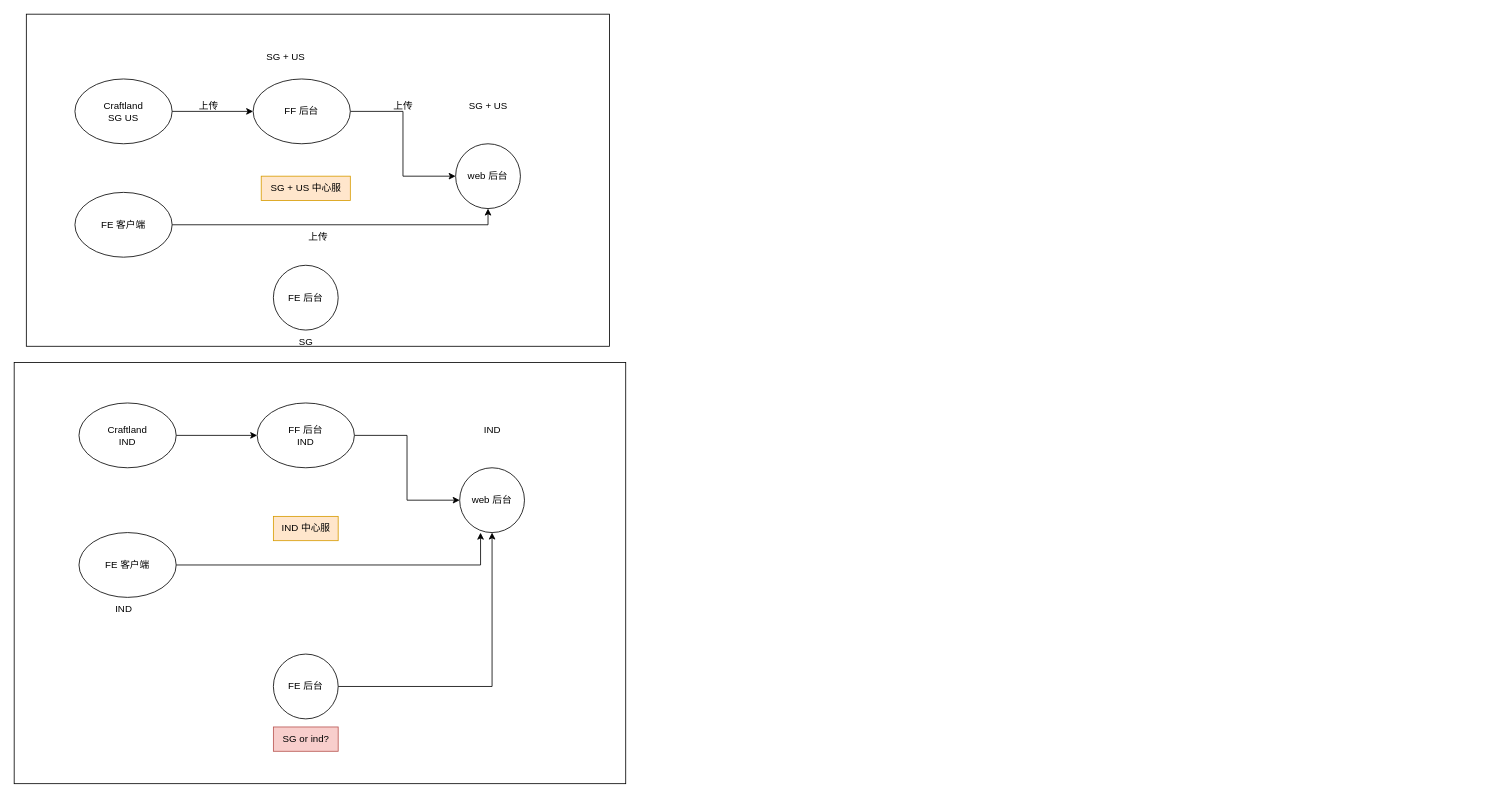
Before: resource_store.drawio in onlyonedaniel/wiki, a draw.io diagram. Source tidied: cells renumbered, new cells numbered last; positions are measured from the earlier drawing's top-left corner, leaving out a move shared by most shapes. Both pictures are drawn from the tidied source at 81%, with x=0, y=0 at pixel (14, 14).
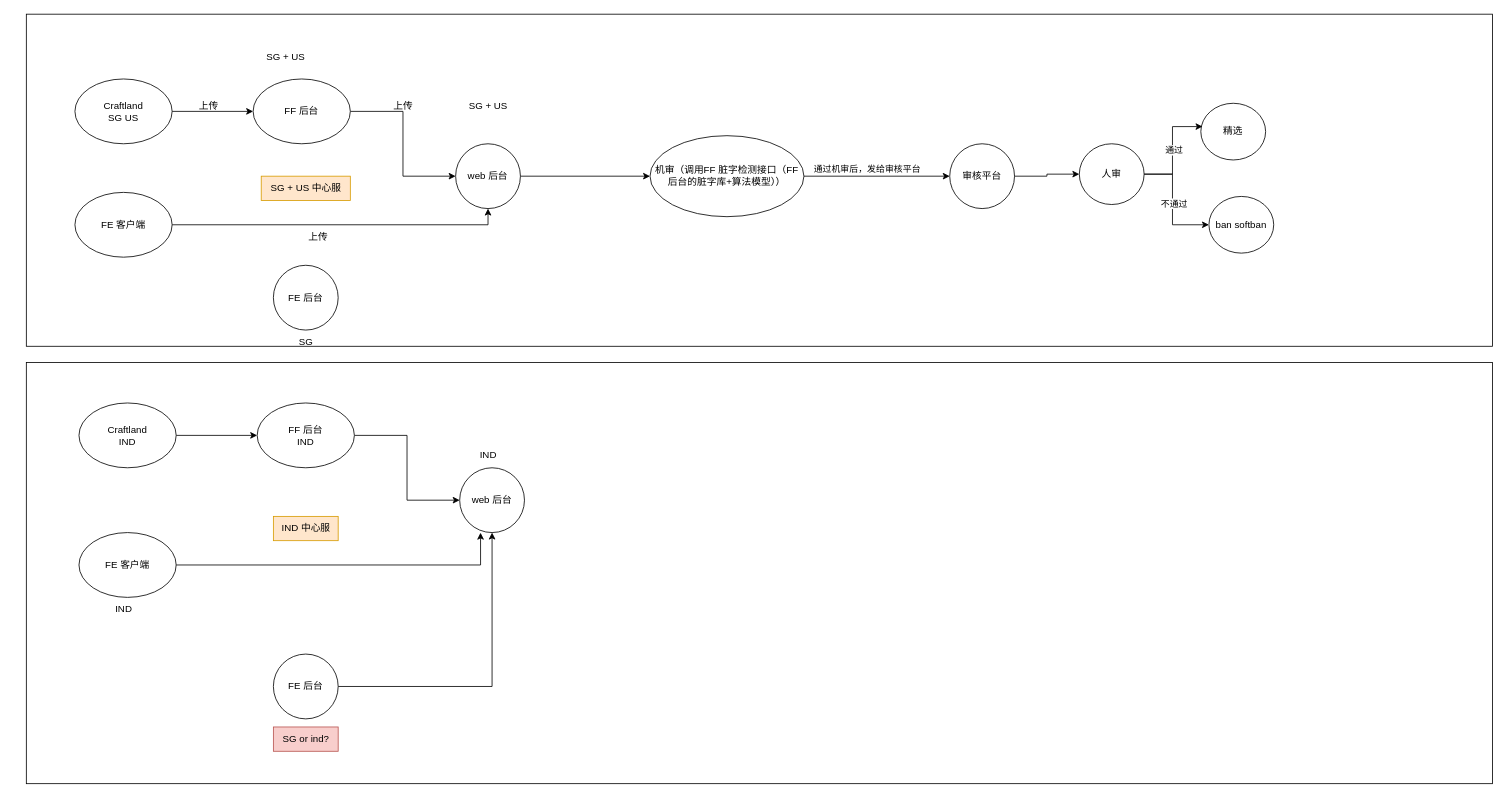
After the change.

Unchanged cells that the change refers to:
```xml
<mxCell id="9" value="web 后台" style="ellipse;whiteSpace=wrap;html=1;" parent="1" vertex="1">
  <mxGeometry x="545" y="160" width="80" height="80" as="geometry" />
</mxCell>
```

Diff of the diagram source:
```diff
@@
     <mxCell id="2" style="rounded=0;whiteSpace=wrap;html=1;" parent="1" vertex="1">
-      <mxGeometry y="430" width="755" height="520" as="geometry" />
+      <mxGeometry x="15" y="430" width="1810" height="520" as="geometry" />
     </mxCell>
     <mxCell id="3" style="rounded=0;whiteSpace=wrap;html=1;" parent="1" vertex="1">
-      <mxGeometry x="15" width="720" height="410" as="geometry" />
+      <mxGeometry x="15" width="1810" height="410" as="geometry" />
     </mxCell>
@@
+    <mxCell id="34" style="edgeStyle=orthogonalEdgeStyle;rounded=0;jettySize=auto;html=1;" parent="1" edge="1" source="9" target="37">
+      <mxGeometry relative="1" as="geometry" />
+    </mxCell>
@@
     <mxCell id="25" value="IND" style="text;html=1;align=center;verticalAlign=middle;strokeColor=none;fillColor=none;" parent="1" vertex="1">
-      <mxGeometry x="570" y="498" width="40" height="30" as="geometry" />
+      <mxGeometry x="565" y="530" width="40" height="30" as="geometry" />
     </mxCell>
@@
+    <mxCell id="35" style="edgeStyle=orthogonalEdgeStyle;rounded=0;jettySize=auto;html=1;" parent="1" edge="1" source="37" target="39">
+      <mxGeometry relative="1" as="geometry" />
+    </mxCell>
+    <mxCell id="36" value="通过机审后，发给审核平台" style="edgeLabel;html=1;align=center;verticalAlign=middle;" parent="35" vertex="1">
+      <mxGeometry x="-0.15" y="5" relative="1" as="geometry">
+        <mxPoint y="-5" as="offset" />
+      </mxGeometry>
+    </mxCell>
+    <mxCell id="37" value="机审（调用FF 脏字检测接口（FF后台的脏字库+算法模型））" style="ellipse;whiteSpace=wrap;html=1;" parent="1" vertex="1">
+      <mxGeometry x="785" y="150" width="190" height="100" as="geometry" />
+    </mxCell>
+    <mxCell id="38" style="edgeStyle=orthogonalEdgeStyle;rounded=0;jettySize=auto;html=1;" parent="1" edge="1" source="39" target="42">
+      <mxGeometry relative="1" as="geometry" />
+    </mxCell>
+    <mxCell id="39" value="审核平台" style="ellipse;whiteSpace=wrap;html=1;" parent="1" vertex="1">
+      <mxGeometry x="1155" y="160" width="80" height="80" as="geometry" />
+    </mxCell>
+    <mxCell id="40" style="edgeStyle=orthogonalEdgeStyle;rounded=0;jettySize=auto;html=1;" parent="1" edge="1" source="42" target="46">
+      <mxGeometry relative="1" as="geometry">
+        <Array as="points">
+          <mxPoint x="1430" y="198" />
+          <mxPoint x="1430" y="260" />
+        </Array>
+      </mxGeometry>
+    </mxCell>
+    <mxCell id="41" value="不通过" style="edgeLabel;html=1;align=center;verticalAlign=middle;" parent="40" vertex="1">
+      <mxGeometry y="1" relative="1" as="geometry" />
+    </mxCell>
+    <mxCell id="42" value="人审" style="ellipse;whiteSpace=wrap;html=1;" parent="1" vertex="1">
+      <mxGeometry x="1315" y="160" width="80" height="75" as="geometry" />
+    </mxCell>
+    <mxCell id="43" value="精选" style="ellipse;whiteSpace=wrap;html=1;" parent="1" vertex="1">
+      <mxGeometry x="1465" y="110" width="80" height="70" as="geometry" />
+    </mxCell>
+    <mxCell id="44" style="edgeStyle=orthogonalEdgeStyle;rounded=0;jettySize=auto;html=1;entryX=0.026;entryY=0.411;entryDx=0;entryDy=0;entryPerimeter=0;" parent="1" edge="1" source="42" target="43">
+      <mxGeometry relative="1" as="geometry" />
+    </mxCell>
+    <mxCell id="45" value="通过" style="edgeLabel;html=1;align=center;verticalAlign=middle;" parent="44" vertex="1">
+      <mxGeometry y="-1" relative="1" as="geometry" />
+    </mxCell>
+    <mxCell id="46" value="ban softban" style="ellipse;whiteSpace=wrap;html=1;" parent="1" vertex="1">
+      <mxGeometry x="1475" y="225" width="80" height="70" as="geometry" />
+    </mxCell>
```
